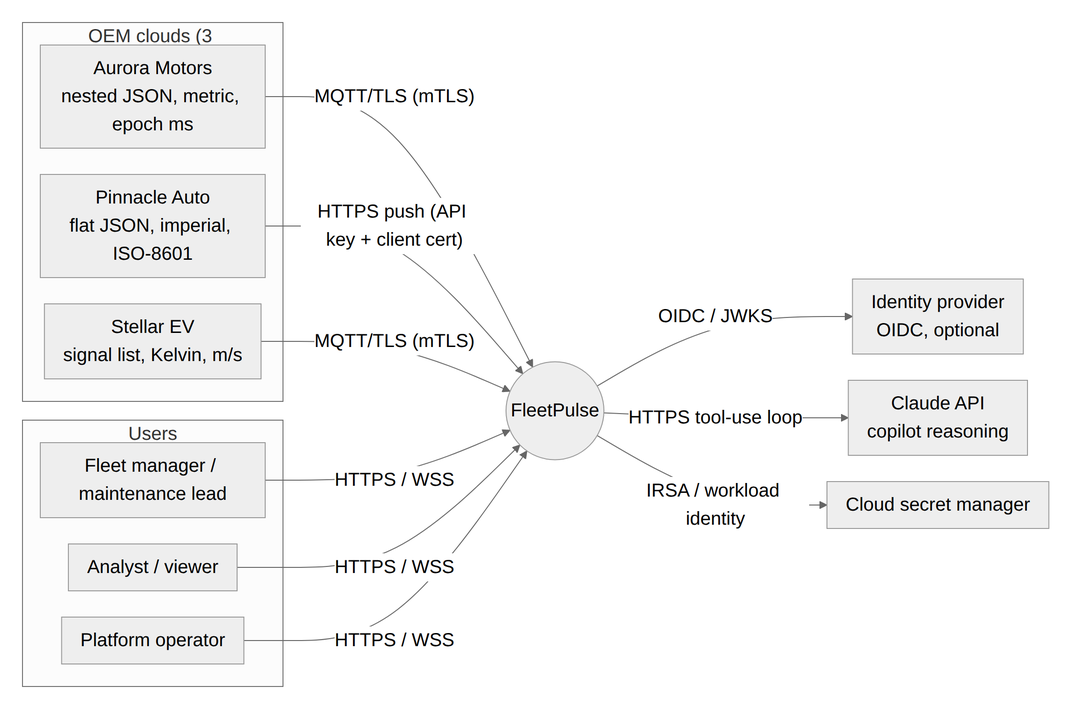
Before: docs/diagrams/01-context.png, a diagram exported from Mermaid (mayukhp24/MotorQ-hackathon). Its source is kept beside it as docs/diagrams/01-context.mmd.
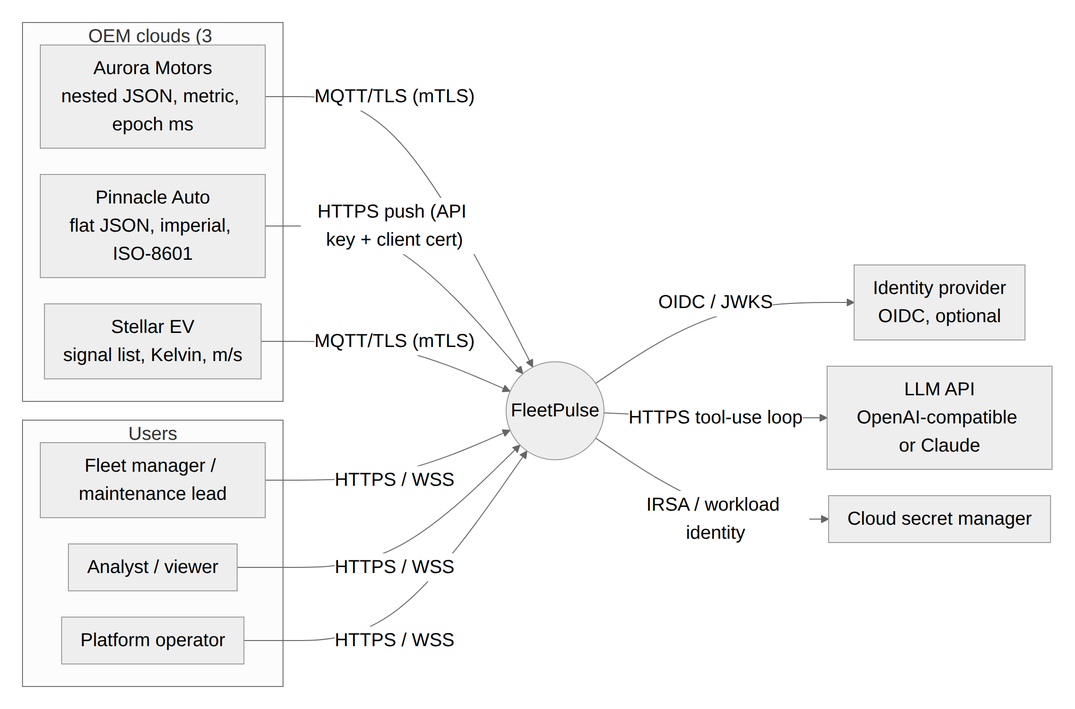
Later version of the same file.

What changed in the source:
```diff
@@ -11,7 +11,7 @@
   end
   FP((FleetPulse))
   IDP[Identity provider<br/>OIDC, optional]
-  LLM[Claude API<br/>copilot reasoning]
+  LLM[LLM API<br/>OpenAI-compatible or Claude]
   SM[Cloud secret manager]
   A -- MQTT/TLS (mTLS) --> FP
   P -- HTTPS push (API key + client cert) --> FP
```
